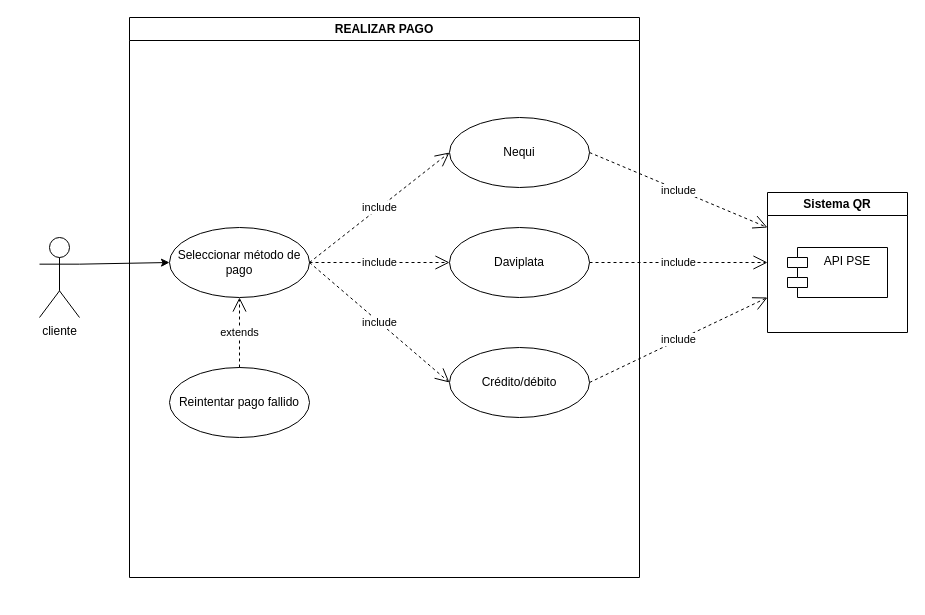
This is page "REALIZAR PAGO" (7 of 20) of trimestreII/CASOS DE USO/optica balamb.drawio from LENICITA/OPTICA-BALAMB, a draw.io file, before an edit. Source tidied: cells renumbered, new cells numbered last; positions are measured from the earlier drawing's top-left corner, leaving out a move shared by most shapes. Both pictures are drawn from the tidied source at 100%, with x=0, y=0 at pixel (39, 17).
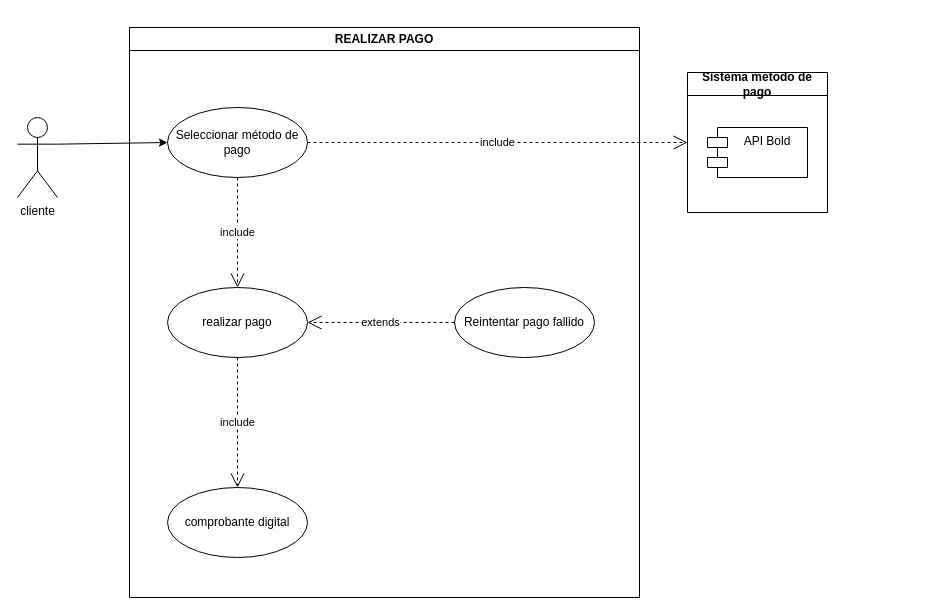
After the change.

Diff of the diagram source:
```diff
@@
 <mxGraphModel>
   <root>
     <mxCell id="0" />
     <mxCell id="1" parent="0" />
     <mxCell id="2" value="REALIZAR PAGO" style="swimlane;whiteSpace=wrap;html=1;" parent="1" vertex="1">
-      <mxGeometry x="90" width="510" height="560" as="geometry" />
+      <mxGeometry x="90" y="10" width="510" height="570" as="geometry" />
     </mxCell>
     <mxCell id="3" value="Seleccionar método de pago" style="ellipse;whiteSpace=wrap;html=1;" parent="2" vertex="1">
-      <mxGeometry x="40" y="210" width="140" height="70" as="geometry" />
+      <mxGeometry x="38" y="80" width="140" height="70" as="geometry" />
     </mxCell>
     <mxCell id="4" value="Reintentar pago fallido" style="ellipse;whiteSpace=wrap;html=1;" parent="2" vertex="1">
-      <mxGeometry x="40" y="350" width="140" height="70" as="geometry" />
+      <mxGeometry x="325" y="260" width="140" height="70" as="geometry" />
     </mxCell>
-    <mxCell id="5" value="extends" style="endArrow=open;endSize=12;dashed=1;html=1;rounded=0;entryX=0.5;entryY=1;entryDx=0;entryDy=0;exitX=0.5;exitY=0;exitDx=0;exitDy=0;" parent="2" edge="1" source="4" target="3">
+    <mxCell id="5" value="extends" style="endArrow=open;endSize=12;dashed=1;html=1;rounded=0;entryX=1;entryY=0.5;entryDx=0;entryDy=0;exitX=0;exitY=0.5;exitDx=0;exitDy=0;" parent="2" edge="1" source="4" target="20">
       <mxGeometry relative="1" as="geometry" />
     </mxCell>
-    <mxCell id="6" value="Nequi" style="ellipse;whiteSpace=wrap;html=1;" parent="2" vertex="1">
-      <mxGeometry x="320" y="100" width="140" height="70" as="geometry" />
-    </mxCell>
-    <mxCell id="7" value="Daviplata" style="ellipse;whiteSpace=wrap;html=1;" parent="2" vertex="1">
-      <mxGeometry x="320" y="210" width="140" height="70" as="geometry" />
-    </mxCell>
-    <mxCell id="8" value="Crédito/débito" style="ellipse;whiteSpace=wrap;html=1;" parent="2" vertex="1">
-      <mxGeometry x="320" y="330" width="140" height="70" as="geometry" />
-    </mxCell>
-    <mxCell id="9" value="include" style="endArrow=open;endSize=12;dashed=1;html=1;rounded=0;exitX=1;exitY=0.5;exitDx=0;exitDy=0;entryX=0;entryY=0.5;entryDx=0;entryDy=0;" parent="2" edge="1" source="3" target="6">
-      <mxGeometry relative="1" as="geometry" />
-    </mxCell>
-    <mxCell id="10" value="include" style="endArrow=open;endSize=12;dashed=1;html=1;rounded=0;exitX=1;exitY=0.5;exitDx=0;exitDy=0;entryX=0;entryY=0.5;entryDx=0;entryDy=0;" parent="2" edge="1" source="3" target="7">
-      <mxGeometry relative="1" as="geometry" />
-    </mxCell>
-    <mxCell id="11" value="include" style="endArrow=open;endSize=12;dashed=1;html=1;rounded=0;exitX=1;exitY=0.5;exitDx=0;exitDy=0;entryX=0;entryY=0.5;entryDx=0;entryDy=0;" parent="2" edge="1" source="3" target="8">
-      <mxGeometry relative="1" as="geometry" />
-    </mxCell>
+    <mxCell id="19" value="comprobante digital" style="ellipse;whiteSpace=wrap;html=1;" parent="2" vertex="1">
+      <mxGeometry x="38" y="460" width="140" height="70" as="geometry" />
+    </mxCell>
+    <mxCell id="20" value="realizar pago" style="ellipse;whiteSpace=wrap;html=1;" parent="2" vertex="1">
+      <mxGeometry x="38" y="260" width="140" height="70" as="geometry" />
+    </mxCell>
+    <mxCell id="21" value="include" style="endArrow=open;endSize=12;dashed=1;html=1;rounded=0;exitX=0.5;exitY=1;exitDx=0;exitDy=0;" parent="2" edge="1" source="3" target="20">
+      <mxGeometry relative="1" as="geometry" />
+    </mxCell>
+    <mxCell id="22" value="include" style="endArrow=open;endSize=12;dashed=1;html=1;rounded=0;exitX=0.5;exitY=1;exitDx=0;exitDy=0;entryX=0.5;entryY=0;entryDx=0;entryDy=0;" parent="2" edge="1" source="20" target="19">
+      <mxGeometry relative="1" as="geometry" />
+    </mxCell>
     <mxCell id="12" style="rounded=0;jettySize=auto;html=1;entryX=0;entryY=0.5;entryDx=0;entryDy=0;exitX=1;exitY=0.3333333333333333;exitDx=0;exitDy=0;exitPerimeter=0;" parent="1" edge="1" source="13" target="3">
       <mxGeometry relative="1" as="geometry" />
     </mxCell>
     <mxCell id="13" value="cliente&lt;div&gt;&lt;br&gt;&lt;/div&gt;" style="shape=umlActor;verticalLabelPosition=bottom;verticalAlign=top;html=1;" parent="1" vertex="1">
-      <mxGeometry y="220" width="40" height="80" as="geometry" />
+      <mxGeometry x="-22" y="100" width="40" height="80" as="geometry" />
     </mxCell>
-    <mxCell id="14" value="Sistema QR" style="swimlane;whiteSpace=wrap;html=1;" parent="1" vertex="1">
-      <mxGeometry x="728" y="175" width="140" height="140" as="geometry" />
+    <mxCell id="14" value="Sistema metodo de pago" style="swimlane;whiteSpace=wrap;html=1;" parent="1" vertex="1">
+      <mxGeometry x="648" y="55" width="140" height="140" as="geometry" />
     </mxCell>
-    <mxCell id="15" value="API PSE" style="shape=module;align=left;spacingLeft=20;align=center;verticalAlign=top;whiteSpace=wrap;html=1;" parent="14" vertex="1">
+    <mxCell id="15" value="API Bold" style="shape=module;align=left;spacingLeft=20;align=center;verticalAlign=top;whiteSpace=wrap;html=1;" parent="14" vertex="1">
       <mxGeometry x="20" y="55" width="100" height="50" as="geometry" />
     </mxCell>
-    <mxCell id="16" value="include" style="endArrow=open;endSize=12;dashed=1;html=1;rounded=0;exitX=1;exitY=0.5;exitDx=0;exitDy=0;entryX=0;entryY=0.25;entryDx=0;entryDy=0;" parent="1" edge="1" source="6" target="14">
-      <mxGeometry relative="1" as="geometry" />
-    </mxCell>
-    <mxCell id="17" value="include" style="endArrow=open;endSize=12;dashed=1;html=1;rounded=0;exitX=1;exitY=0.5;exitDx=0;exitDy=0;entryX=0;entryY=0.5;entryDx=0;entryDy=0;" parent="1" edge="1" source="7" target="14">
-      <mxGeometry relative="1" as="geometry" />
-    </mxCell>
-    <mxCell id="18" value="include" style="endArrow=open;endSize=12;dashed=1;html=1;rounded=0;exitX=1;exitY=0.5;exitDx=0;exitDy=0;entryX=0;entryY=0.75;entryDx=0;entryDy=0;" parent="1" edge="1" source="8" target="14">
-      <mxGeometry relative="1" as="geometry" />
-    </mxCell>
+    <mxCell id="9" value="include" style="endArrow=open;endSize=12;dashed=1;html=1;rounded=0;exitX=1;exitY=0.5;exitDx=0;exitDy=0;entryX=0;entryY=0.5;entryDx=0;entryDy=0;" parent="1" edge="1" source="3" target="14">
+      <mxGeometry relative="1" as="geometry" />
+    </mxCell>
   </root>
 </mxGraphModel>
```
